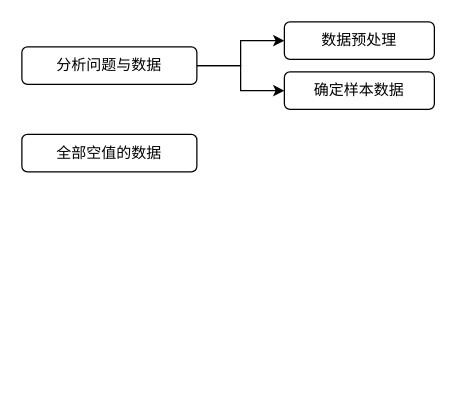
Earlier version of the draw.io diagram 数模.drawio (wennieWN/UML). Source tidied: cells renumbered, new cells numbered last; positions are measured from the earlier drawing's top-left corner, leaving out a move shared by most shapes. Both pictures are drawn from the tidied source at 125%, with x=0, y=0 at pixel (21, 21).
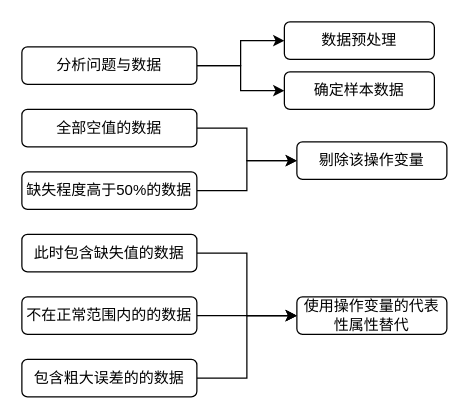
The same page after the edit.

What changed in the source:
```diff
@@
+    <mxCell id="8" style="edgeStyle=orthogonalEdgeStyle;rounded=0;jettySize=auto;html=1;entryX=0;entryY=0.5;entryDx=0;entryDy=0;" parent="1" edge="1" source="7" target="18">
+      <mxGeometry relative="1" as="geometry" />
+    </mxCell>
     <mxCell id="7" value="全部空值的数据" style="rounded=1;whiteSpace=wrap;html=1;" parent="1" vertex="1">
-      <mxGeometry y="90" width="140" height="30" as="geometry" />
+      <mxGeometry y="70" width="140" height="30" as="geometry" />
     </mxCell>
+    <mxCell id="9" style="edgeStyle=orthogonalEdgeStyle;rounded=0;jettySize=auto;html=1;entryX=0;entryY=0.5;entryDx=0;entryDy=0;" parent="1" edge="1" source="10" target="18">
+      <mxGeometry relative="1" as="geometry" />
+    </mxCell>
+    <mxCell id="10" value="缺失程度高于50%的数据" style="rounded=1;whiteSpace=wrap;html=1;" parent="1" vertex="1">
+      <mxGeometry y="120" width="140" height="30" as="geometry" />
+    </mxCell>
+    <mxCell id="11" style="edgeStyle=orthogonalEdgeStyle;rounded=0;jettySize=auto;html=1;entryX=0;entryY=0.5;entryDx=0;entryDy=0;" parent="1" edge="1" source="12" target="17">
+      <mxGeometry relative="1" as="geometry" />
+    </mxCell>
+    <mxCell id="12" value="此时包含缺失值的数据" style="rounded=1;whiteSpace=wrap;html=1;" parent="1" vertex="1">
+      <mxGeometry y="170" width="140" height="30" as="geometry" />
+    </mxCell>
+    <mxCell id="13" style="edgeStyle=orthogonalEdgeStyle;rounded=0;jettySize=auto;html=1;entryX=0;entryY=0.5;entryDx=0;entryDy=0;" parent="1" edge="1" source="14" target="17">
+      <mxGeometry relative="1" as="geometry" />
+    </mxCell>
+    <mxCell id="14" value="不在正常范围内的的数据" style="rounded=1;whiteSpace=wrap;html=1;" parent="1" vertex="1">
+      <mxGeometry y="220" width="140" height="30" as="geometry" />
+    </mxCell>
+    <mxCell id="15" style="edgeStyle=orthogonalEdgeStyle;rounded=0;jettySize=auto;html=1;entryX=0;entryY=0.5;entryDx=0;entryDy=0;" parent="1" edge="1" source="16" target="17">
+      <mxGeometry relative="1" as="geometry" />
+    </mxCell>
+    <mxCell id="16" value="包含粗大误差的的数据" style="rounded=1;whiteSpace=wrap;html=1;" parent="1" vertex="1">
+      <mxGeometry y="270" width="140" height="30" as="geometry" />
+    </mxCell>
+    <mxCell id="17" value="使用操作变量的代表性属性替代" style="rounded=1;whiteSpace=wrap;html=1;" parent="1" vertex="1">
+      <mxGeometry x="220" y="220" width="120" height="30" as="geometry" />
+    </mxCell>
+    <mxCell id="18" value="剔除该操作变量" style="rounded=1;whiteSpace=wrap;html=1;" parent="1" vertex="1">
+      <mxGeometry x="220" y="96" width="120" height="30" as="geometry" />
+    </mxCell>
```
